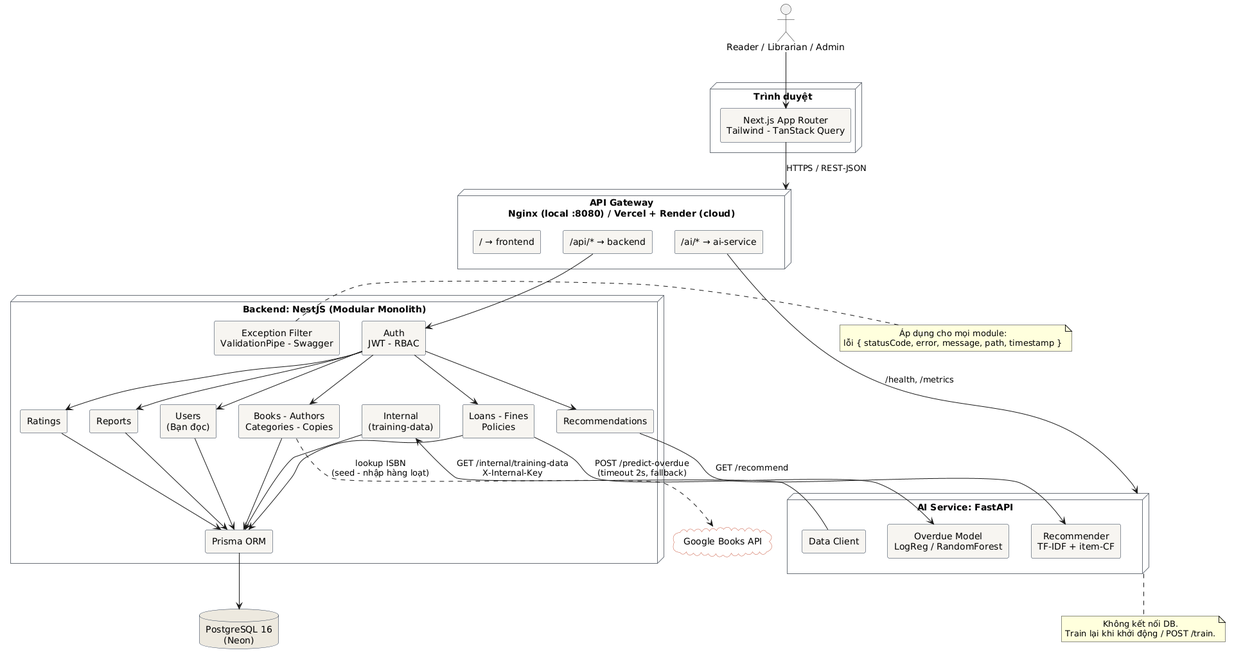
Earlier version of the PlantUML export docs/uml/architecture.png (khoidev2001/university-library-system).
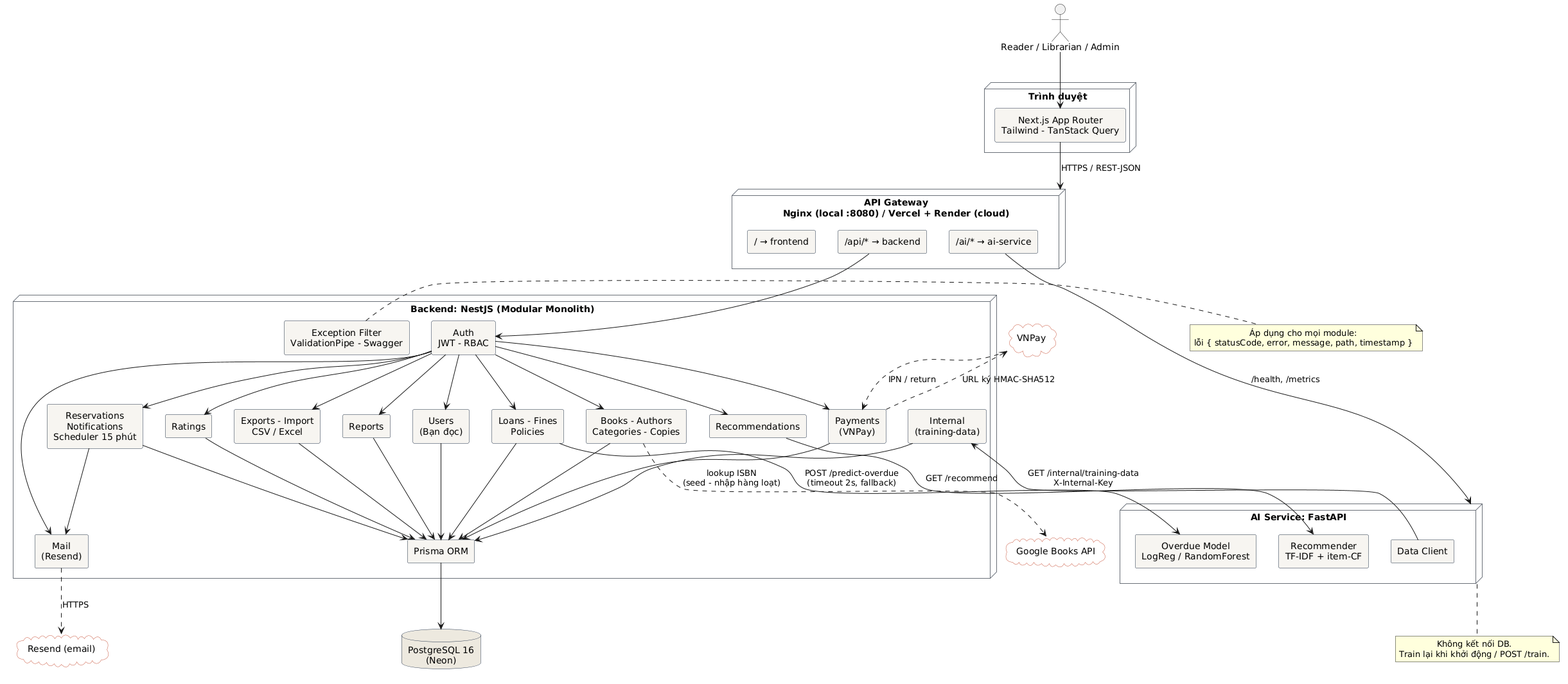
Above is the later version.

Commit message:
docs(uml): thêm sequence đặt trước và thanh toán VNPay, cập nhật kiến trúc, bối cảnh, use case

Diff of the diagram source:
```diff
@@ -36,6 +36,10 @@
   [Users\n(Bạn đọc)] as Users
   [Loans - Fines\nPolicies] as Loans
   [Ratings] as Ratings
+  [Reservations\nNotifications\nScheduler 15 phút] as Resv
+  [Payments\n(VNPay)] as Pay
+  [Exports - Import\nCSV / Excel] as Exp
+  [Mail\n(Resend)] as Mail
   [Reports] as Reports
   [Recommendations] as Rec
   [Internal\n(training-data)] as Internal
@@ -51,6 +55,8 @@
 
 database "PostgreSQL 16\n(Neon)" as DB
 cloud "Google Books API" as GB
+cloud "Resend (email)" as RS
+cloud "VNPay" as VN
 
 User --> FE
 FE --> GW : HTTPS / REST-JSON
@@ -62,6 +68,11 @@
 Auth --> Ratings
 Auth --> Reports
 Auth --> Rec
+Auth --> Resv
+Auth --> Pay
+Auth --> Exp
+Resv --> Mail
+Auth --> Mail
 Rec --> Recm : GET /recommend
 Loans --> Ovd : POST /predict-overdue\n(timeout 2s, fallback)
 DC --> Internal : GET /internal/training-data\nX-Internal-Key
@@ -70,9 +81,15 @@
 Loans --> Prisma
 Ratings --> Prisma
 Reports --> Prisma
+Resv --> Prisma
+Pay --> Prisma
+Exp --> Prisma
 Internal --> Prisma
 Prisma --> DB
 Books ..> GB : lookup ISBN\n(seed - nhập hàng loạt)
+Mail ..> RS : HTTPS
+Pay ..> VN : URL ký HMAC-SHA512
+VN ..> Pay : IPN / return
 
 note bottom of AI
   Không kết nối DB.
```
